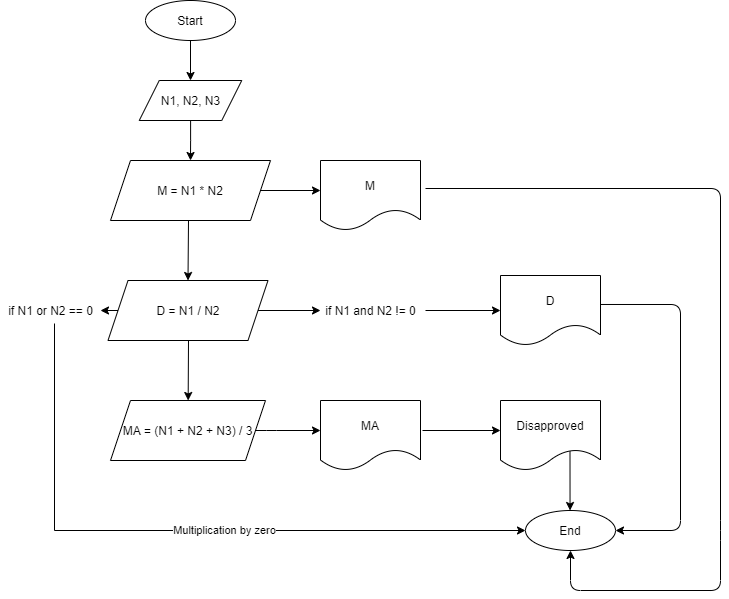
Before: Diagrama funções mat.png, a diagram exported from draw.io (williamguilhermeprochnow/Trabalho_Faculdade). Source tidied: cells renumbered, new cells last; positions are measured from the earlier drawing's top-left corner, leaving out a move shared by most shapes.
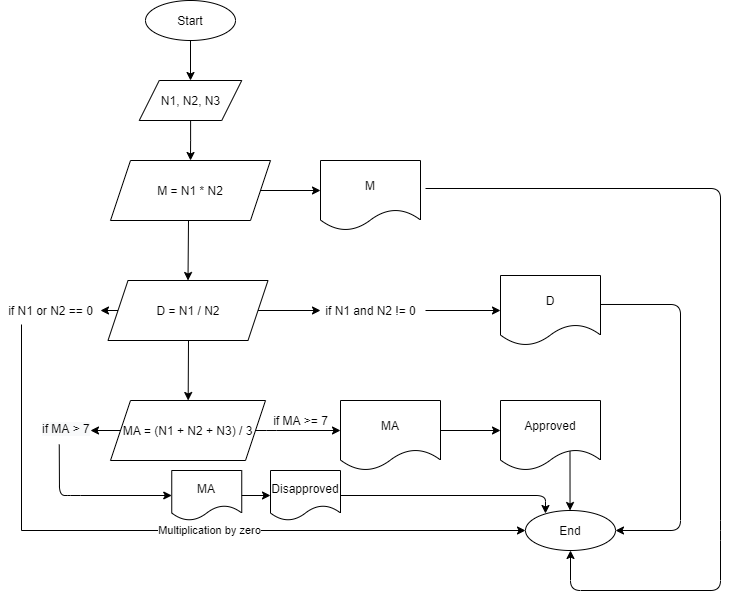
Later version of the same file.

Commit message:
Arquivo das operações matemáticas criadas no diagrama draw.io

What changed in the source:
```diff
@@ -29,9 +29,9 @@
     <mxCell id="8" value="MA = (N1 + N2 + N3) / 3" style="shape=parallelogram;perimeter=parallelogramPerimeter;whiteSpace=wrap;html=1;fixedSize=1;" parent="1" vertex="1">
       <mxGeometry x="110" y="400" width="155" height="60" as="geometry" />
     </mxCell>
-    <mxCell id="9" style="endArrow=classic;html=1;entryX=0;entryY=0.5;entryDx=0;entryDy=0;exitX=1;exitY=0.5;exitDx=0;exitDy=0;" parent="1" edge="1" source="8">
+    <mxCell id="9" style="endArrow=classic;html=1;exitX=1;exitY=0.5;exitDx=0;exitDy=0;" parent="1" edge="1" source="8">
       <mxGeometry relative="1" as="geometry">
-        <mxPoint x="320" y="430" as="targetPoint" />
+        <mxPoint x="340" y="430" as="targetPoint" />
         <Array as="points">
           <mxPoint x="266" y="430" />
         </Array>
@@ -62,9 +62,9 @@
       <mxGeometry x="500" y="275" width="100" height="70" as="geometry" />
     </mxCell>
     <mxCell id="16" value="MA" style="shape=document;whiteSpace=wrap;html=1;boundedLbl=1;" parent="1" vertex="1">
-      <mxGeometry x="320" y="400" width="100" height="70" as="geometry" />
+      <mxGeometry x="340" y="400" width="100" height="70" as="geometry" />
     </mxCell>
-    <mxCell id="17" value="Disapproved" style="shape=document;whiteSpace=wrap;html=1;boundedLbl=1;" parent="1" vertex="1">
+    <mxCell id="17" value="Approved" style="shape=document;whiteSpace=wrap;html=1;boundedLbl=1;" parent="1" vertex="1">
       <mxGeometry x="500" y="400" width="100" height="70" as="geometry" />
     </mxCell>
     <mxCell id="18" style="edgeStyle=orthogonalEdgeStyle;rounded=0;jettySize=auto;html=1;" parent="1" edge="1" source="19" target="15">
@@ -76,10 +76,10 @@
     <mxCell id="20" value="if N1 or N2 == 0" style="text;html=1;align=center;verticalAlign=middle;points=[];" parent="1" vertex="1">
       <mxGeometry y="300" width="100" height="20" as="geometry" />
     </mxCell>
-    <mxCell id="21" style="edgeStyle=orthogonalEdgeStyle;rounded=0;jettySize=auto;html=1;exitX=0.54;exitY=1.15;exitDx=0;exitDy=0;exitPerimeter=0;entryX=0;entryY=0.5;entryDx=0;entryDy=0;" parent="1" edge="1" source="20" target="11">
+    <mxCell id="21" style="edgeStyle=orthogonalEdgeStyle;rounded=0;jettySize=auto;html=1;exitX=0.21;exitY=1.2;exitDx=0;exitDy=0;exitPerimeter=0;entryX=0;entryY=0.5;entryDx=0;entryDy=0;" parent="1" edge="1" source="20" target="11">
       <mxGeometry relative="1" as="geometry">
         <Array as="points">
-          <mxPoint x="54" y="530" />
+          <mxPoint x="21" y="530" />
         </Array>
       </mxGeometry>
     </mxCell>
@@ -118,5 +118,38 @@
     <mxCell id="28" value="N1, N2, N3" style="shape=parallelogram;perimeter=parallelogramPerimeter;whiteSpace=wrap;html=1;fixedSize=1;" parent="1" vertex="1">
       <mxGeometry x="138.8" y="80" width="102.5" height="40" as="geometry" />
     </mxCell>
+    <mxCell id="29" value="if MA &amp;gt;= 7" style="text;html=1;align=center;verticalAlign=middle;" parent="1" vertex="1">
+      <mxGeometry x="265" y="410" width="70" height="20" as="geometry" />
+    </mxCell>
+    <mxCell id="30" value="&lt;span style=&quot;color: rgb(0 , 0 , 0) ; font-family: &amp;#34;helvetica&amp;#34; ; font-size: 12px ; font-style: normal ; font-weight: 400 ; letter-spacing: normal ; text-align: center ; text-indent: 0px ; text-transform: none ; word-spacing: 0px ; background-color: rgb(248 , 249 , 250) ; display: inline ; float: none&quot;&gt;if MA &amp;gt; 7&lt;/span&gt;" style="text;whiteSpace=wrap;html=1;" parent="1" vertex="1">
+      <mxGeometry x="40" y="415" width="50" height="30" as="geometry" />
+    </mxCell>
+    <mxCell id="31" style="endArrow=classic;html=1;exitX=0.375;exitY=0.967;exitDx=0;exitDy=0;entryX=0;entryY=0.5;entryDx=0;entryDy=0;exitPerimeter=0;" parent="1" edge="1" source="30" target="32">
+      <mxGeometry relative="1" as="geometry">
+        <Array as="points">
+          <mxPoint x="59" y="495" />
+          <mxPoint x="70" y="495" />
+        </Array>
+      </mxGeometry>
+    </mxCell>
+    <mxCell id="32" value="MA" style="shape=document;whiteSpace=wrap;html=1;boundedLbl=1;" parent="1" vertex="1">
+      <mxGeometry x="171.2" y="470" width="70" height="50" as="geometry" />
+    </mxCell>
+    <mxCell id="33" style="endArrow=classic;html=1;entryX=0.222;entryY=0.075;entryDx=0;entryDy=0;exitX=1;exitY=0.5;exitDx=0;exitDy=0;entryPerimeter=0;" parent="1" edge="1" source="35" target="11">
+      <mxGeometry relative="1" as="geometry">
+        <Array as="points">
+          <mxPoint x="545" y="495" />
+        </Array>
+      </mxGeometry>
+    </mxCell>
+    <mxCell id="34" style="endArrow=classic;html=1;exitX=0;exitY=0.5;exitDx=0;exitDy=0;entryX=1;entryY=0.5;entryDx=0;entryDy=0;" parent="1" edge="1" source="8" target="30">
+      <mxGeometry relative="1" as="geometry" />
+    </mxCell>
+    <mxCell id="35" value="Disapproved" style="shape=document;whiteSpace=wrap;html=1;boundedLbl=1;" parent="1" vertex="1">
+      <mxGeometry x="270" y="470" width="70" height="50" as="geometry" />
+    </mxCell>
+    <mxCell id="36" style="endArrow=classic;html=1;entryX=0;entryY=0.5;entryDx=0;entryDy=0;exitX=1;exitY=0.5;exitDx=0;exitDy=0;" parent="1" edge="1" source="32" target="35">
+      <mxGeometry relative="1" as="geometry" />
+    </mxCell>
   </root>
 </mxGraphModel>
```
